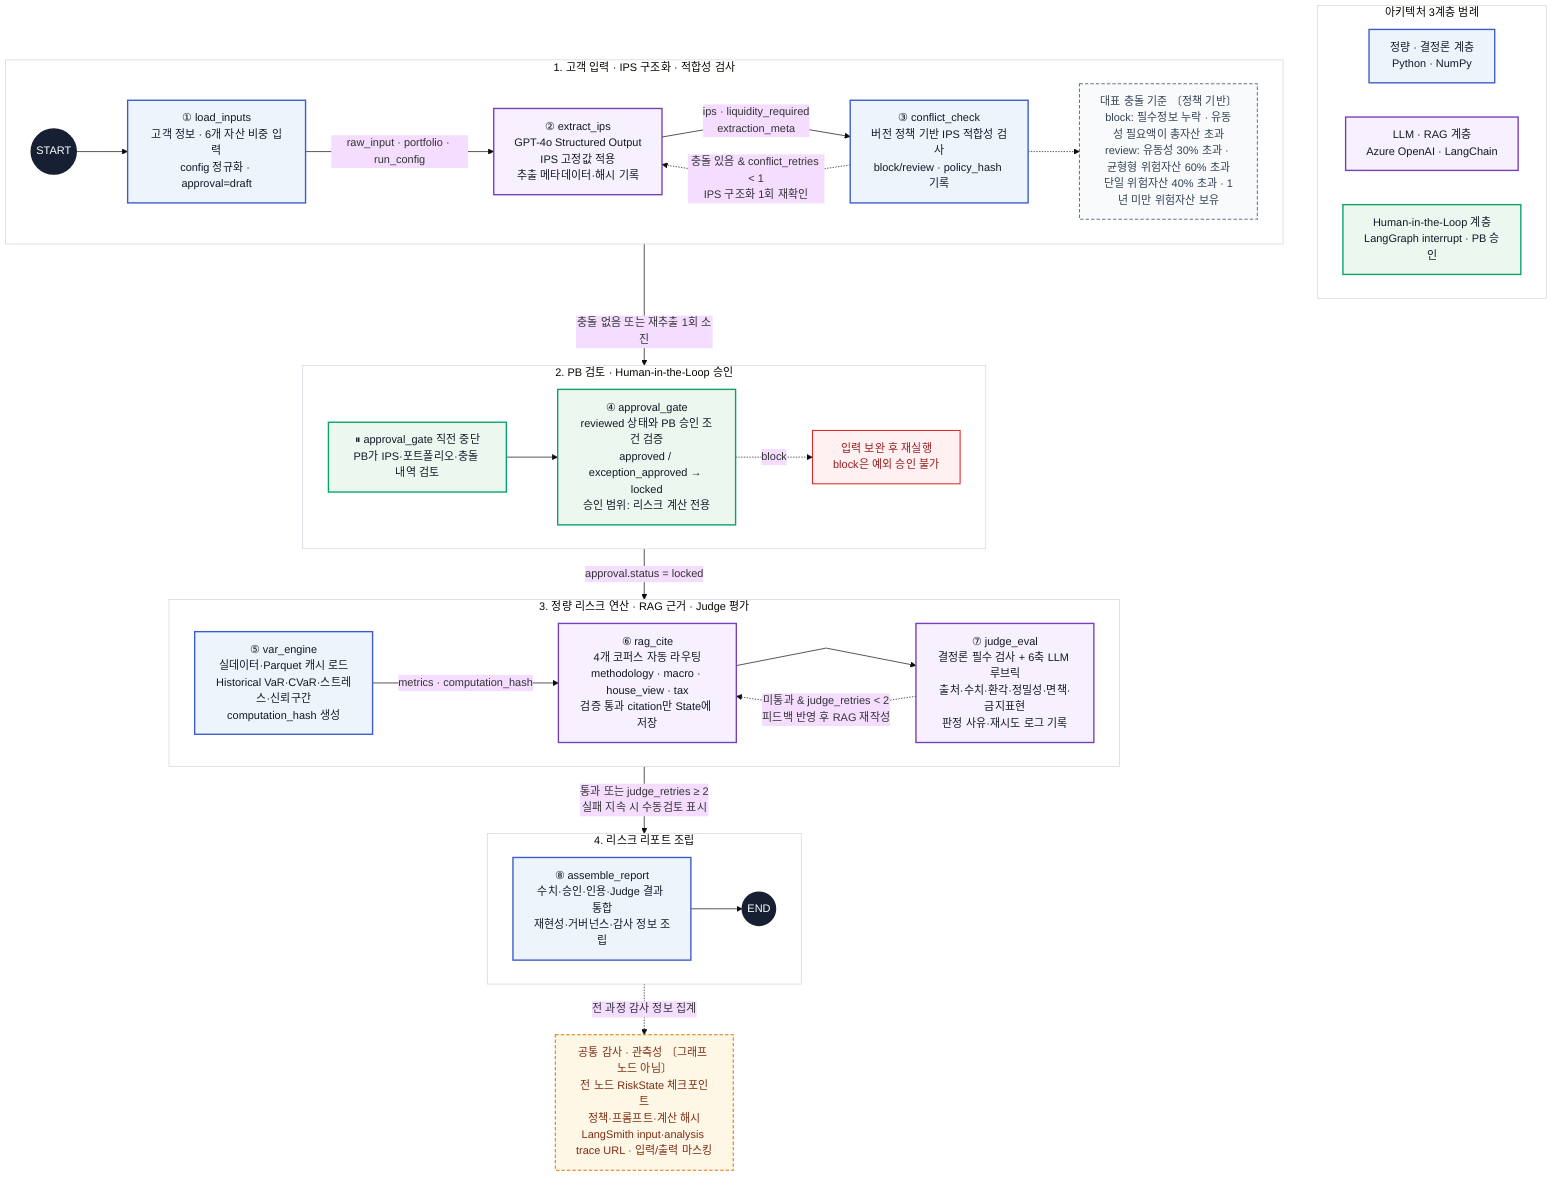
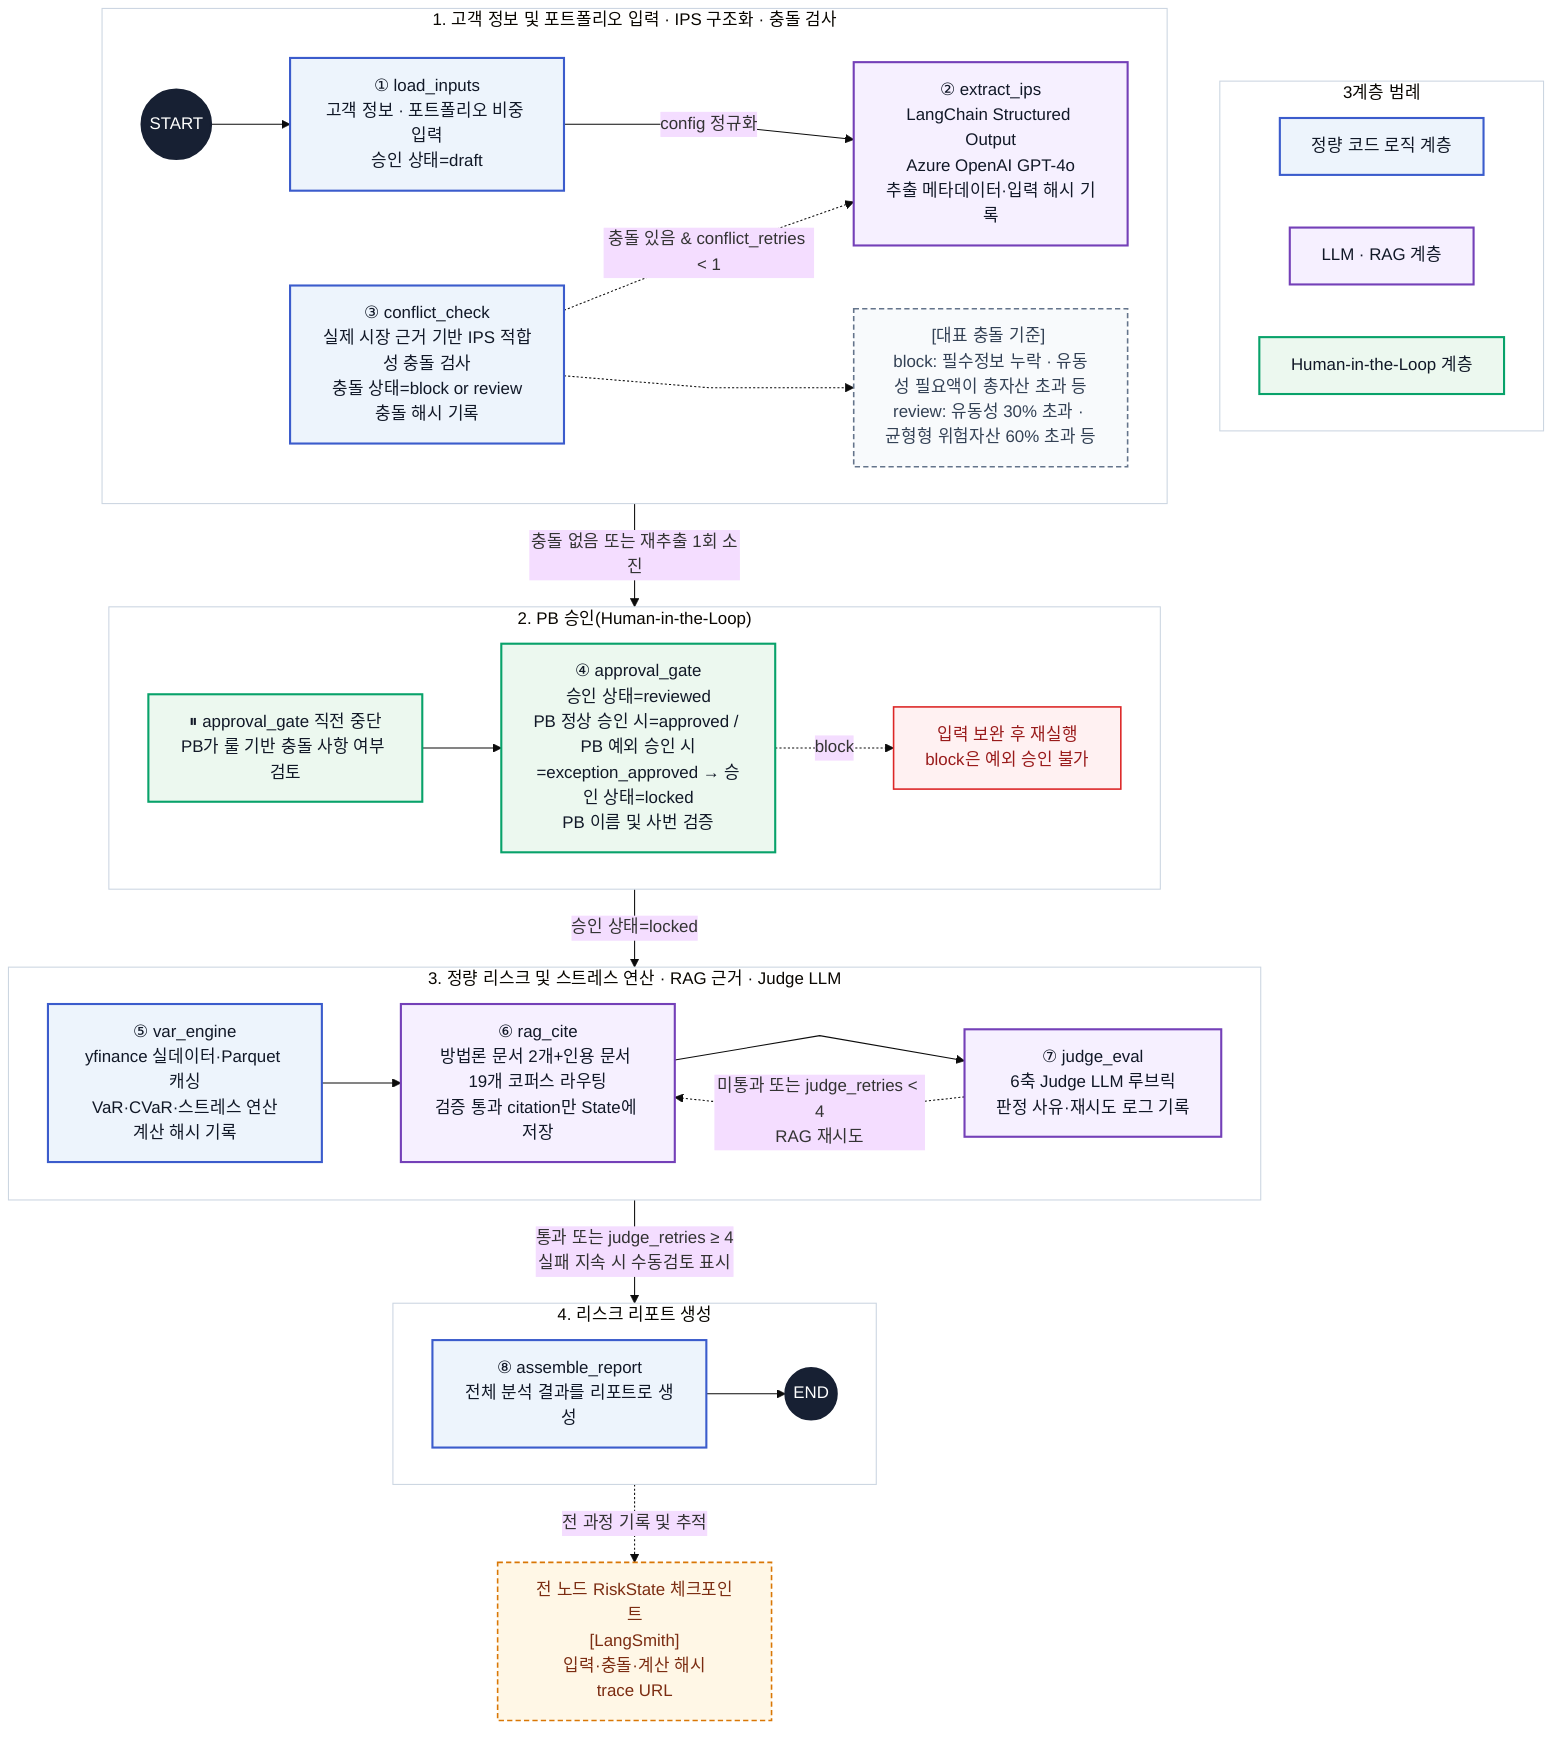
%%{init: {"theme": "base", "flowchart": {"htmlLabels": true, "curve": "linear"}}}%%
- %% S.ymphony 최종 아키텍처
- %% 실제 LangGraph 노드 8개 · 실행 단계 4개 · 아키텍처 계층 3개 · 조건부 루프 2개 · HITL 인터럽트 1개
+ %% S.ymphony Mermaid 아키텍처
+ %% 실제 LangGraph 노드 8개 · 실행 단계 4개 · 아키텍처 계층 3개 · 조건부 루프 2개 · HITL 1개
flowchart TB

    %% 실행 흐름과 분리된 아키텍처 계층 범례
-     subgraph LEGEND["아키텍처 3계층 범례"]
+     subgraph LEGEND["3계층 범례"]
        direction LR
-         KEY_DET["정량 · 결정론 계층<br/>Python · NumPy"]
-         KEY_LLM["LLM · RAG 계층<br/>Azure OpenAI · LangChain"]
-         KEY_HITL["Human-in-the-Loop 계층<br/>LangGraph interrupt · PB 승인"]
+         KEY_DET["정량 코드 로직 계층"]
+         KEY_LLM["LLM · RAG 계층"]
+         KEY_HITL["Human-in-the-Loop 계층"]
    end

-     %% 1단계: 입력과 IPS 적합성 검사
-     subgraph STEP1["1. 고객 입력 · IPS 구조화 · 적합성 검사"]
+     %% 1단계: 고객 정보 및 포트폴리오 입력, IPS 구조화, 충돌 검사
+     subgraph STEP1["1. 고객 정보 및 포트폴리오 입력 · IPS 구조화 · 충돌 검사"]
        direction LR
        START((START))
-         N1["① load_inputs<br/>고객 정보 · 6개 자산 비중 입력<br/>config 정규화 · approval=draft"]
-         N2["② extract_ips<br/>GPT-4o Structured Output<br/>IPS 고정값 적용<br/>추출 메타데이터·해시 기록"]
-         N3["③ conflict_check<br/>버전 정책 기반 IPS 적합성 검사<br/>block/review · policy_hash 기록"]
-         CONFLICT["대표 충돌 기준 〔정책 기반〕<br/>block: 필수정보 누락 · 유동성 필요액이 총자산 초과<br/>review: 유동성 30% 초과 · 균형형 위험자산 60% 초과<br/>단일 위험자산 40% 초과 · 1년 미만 위험자산 보유"]
+         N1["① load_inputs<br/>고객 정보 · 포트폴리오 비중 입력<br/>승인 상태=draft"]
+         N2["② extract_ips<br/>LangChain Structured Output<br/>Azure OpenAI GPT-4o<br/>추출 메타데이터·입력 해시 기록"]
+         N3["③ conflict_check<br/>실제 시장 근거 기반 IPS 적합성 충돌 검사<br/>충돌 상태=block or review<br/>충돌 해시 기록"]
+         CONFLICT["[대표 충돌 기준] <br/>block: 필수정보 누락 · 유동성 필요액이 총자산 초과 등<br/>review: 유동성 30% 초과 · 균형형 위험자산 60% 초과 등"]

        START --> N1
-         N1 -->|"raw_input · portfolio · run_config"| N2
-         N2 -->|"ips · liquidity_required<br/>extraction_meta"| N3
-         N3 -. "충돌 있음 & conflict_retries < 1<br/>IPS 구조화 1회 재확인" .-> N2
+         N1 -->|"config 정규화"| N2
+         N3 -. "충돌 있음 & conflict_retries < 1" .-> N2
        N3 -.-> CONFLICT
    end

-     %% 2단계: 사람의 승인과 계산 잠금
-     subgraph STEP2["2. PB 검토 · Human-in-the-Loop 승인"]
+     %% 2단계: PB 승인(Human-in-the-Loop)
+     subgraph STEP2["2. PB 승인(Human-in-the-Loop)"]
        direction LR
-         PAUSE["⏸ approval_gate 직전 중단<br/>PB가 IPS·포트폴리오·충돌 내역 검토"]
-         N4["④ approval_gate<br/>reviewed 상태와 PB 승인 조건 검증<br/>approved / exception_approved → locked<br/>승인 범위: 리스크 계산 전용"]
+         PAUSE["⏸ approval_gate 직전 중단<br/>PB가 룰 기반 충돌 사항 여부 검토"]
+         N4["④ approval_gate<br/>승인 상태=reviewed<br/>PB 정상 승인 시=approved / PB 예외 승인 시=exception_approved → 승인 상태=locked<br/>PB 이름 및 사번 검증"]
        STOP["입력 보완 후 재실행<br/>block은 예외 승인 불가"]

        PAUSE --> N4
        N4 -. "block" .-> STOP
    end

-     %% 3단계: 정량 연산, 검색 근거와 평가
-     subgraph STEP3["3. 정량 리스크 연산 · RAG 근거 · Judge 평가"]
+     %% 3단계: 정량 리스크 엔진, XAI, 검증 및 추적
+     subgraph STEP3["3. 정량 리스크 및 스트레스 연산 · RAG 근거 · Judge LLM"]
        direction LR
-         N5["⑤ var_engine<br/>실데이터·Parquet 캐시 로드<br/>Historical VaR·CVaR·스트레스·신뢰구간<br/>computation_hash 생성"]
-         N6["⑥ rag_cite<br/>4개 코퍼스 자동 라우팅<br/>methodology · macro · house_view · tax<br/>검증 통과 citation만 State에 저장"]
-         N7["⑦ judge_eval<br/>결정론 필수 검사 + 6축 LLM 루브릭<br/>출처·수치·환각·정밀성·면책·금지표현<br/>판정 사유·재시도 로그 기록"]
+         N5["⑤ var_engine<br/>yfinance 실데이터·Parquet 캐싱<br/>VaR·CVaR·스트레스 연산<br/>계산 해시 기록"]
+         N6["⑥ rag_cite<br/>방법론 문서 2개+인용 문서 19개 코퍼스 라우팅<br/>검증 통과 citation만 State에 저장"]
+         N7["⑦ judge_eval<br/>6축 Judge LLM 루브릭<br/>판정 사유·재시도 로그 기록"]

-         N5 -->|"metrics · computation_hash"| N6
+         N5 --> N6
        N6 --> N7
-         N7 -. "미통과 & judge_retries < 2<br/>피드백 반영 후 RAG 재작성" .-> N6
+         N7 -. "미통과 또는 judge_retries < 4<br/>RAG 재시도" .-> N6
    end

-     %% 4단계: 결과 통합
-     subgraph STEP4["4. 리스크 리포트 조립"]
+     %% 4단계: 최종 리스크 리포트 생성
+     subgraph STEP4["4. 리스크 리포트 생성"]
        direction LR
-         N8["⑧ assemble_report<br/>수치·승인·인용·Judge 결과 통합<br/>재현성·거버넌스·감사 정보 조립"]
+         N8["⑧ assemble_report<br/>전체 분석 결과를 리포트로 생성"]
        END((END))

        N8 --> END
    end

    %% 단계 간 기본 실행 경로
    N3 -->|"충돌 없음 또는 재추출 1회 소진"| PAUSE
-     N4 -->|"approval.status = locked"| N5
-     N7 -->|"통과 또는 judge_retries ≥ 2<br/>실패 지속 시 수동검토 표시"| N8
+     N4 -->|"승인 상태=locked"| N5
+     N7 -->|"통과 또는 judge_retries ≥ 4<br/>실패 지속 시 수동검토 표시"| N8

    %% 그래프 외 공통 감사 요소: 단일 연결로 교차선을 최소화
-     AUDIT["공통 감사 · 관측성 〔그래프 노드 아님〕<br/>전 노드 RiskState 체크포인트<br/>정책·프롬프트·계산 해시<br/>LangSmith input·analysis trace URL · 입력/출력 마스킹"]
-     N8 -. "전 과정 감사 정보 집계" .-> AUDIT
+     AUDIT["전 노드 RiskState 체크포인트<br/>[LangSmith]<br/>입력·충돌·계산 해시<br/>trace URL"]
+     N8 -. "전 과정 기록 및 추적" .-> AUDIT

    %% 3계층은 실행 순서를 유지한 채 노드 색상으로 구분
    classDef deterministic fill:#EDF4FC,stroke:#3B5CCC,color:#111827,stroke-width:2px;
    classDef llmNode fill:#F6F0FF,stroke:#7440B8,color:#111827,stroke-width:2px;
    classDef hitlNode fill:#ECF8EF,stroke:#08A26A,color:#111827,stroke-width:2px;
    classDef terminal fill:#172033,stroke:#172033,color:#FFFFFF,stroke-width:2px;
    classDef stop fill:#FFF1F2,stroke:#DC2626,color:#991B1B,stroke-width:1.5px;
    classDef audit fill:#FFF7E6,stroke:#D97706,color:#7C2D12,stroke-width:1.5px,stroke-dasharray:5 3;
    classDef note fill:#F8FAFC,stroke:#64748B,color:#334155,stroke-width:1.5px,stroke-dasharray:5 3;

    class KEY_DET,N1,N3,N5,N8 deterministic;
    class KEY_LLM,N2,N6,N7 llmNode;
    class KEY_HITL,PAUSE,N4 hitlNode;
    class START,END terminal;
    class STOP stop;
    class AUDIT audit;
    class CONFLICT note;

    style LEGEND fill:#FFFFFF,stroke:#CBD5E1,stroke-width:1px
    style STEP1 fill:#FFFFFF,stroke:#CBD5E1,stroke-width:1px
    style STEP2 fill:#FFFFFF,stroke:#CBD5E1,stroke-width:1px
    style STEP3 fill:#FFFFFF,stroke:#CBD5E1,stroke-width:1px
    style STEP4 fill:#FFFFFF,stroke:#CBD5E1,stroke-width:1px
